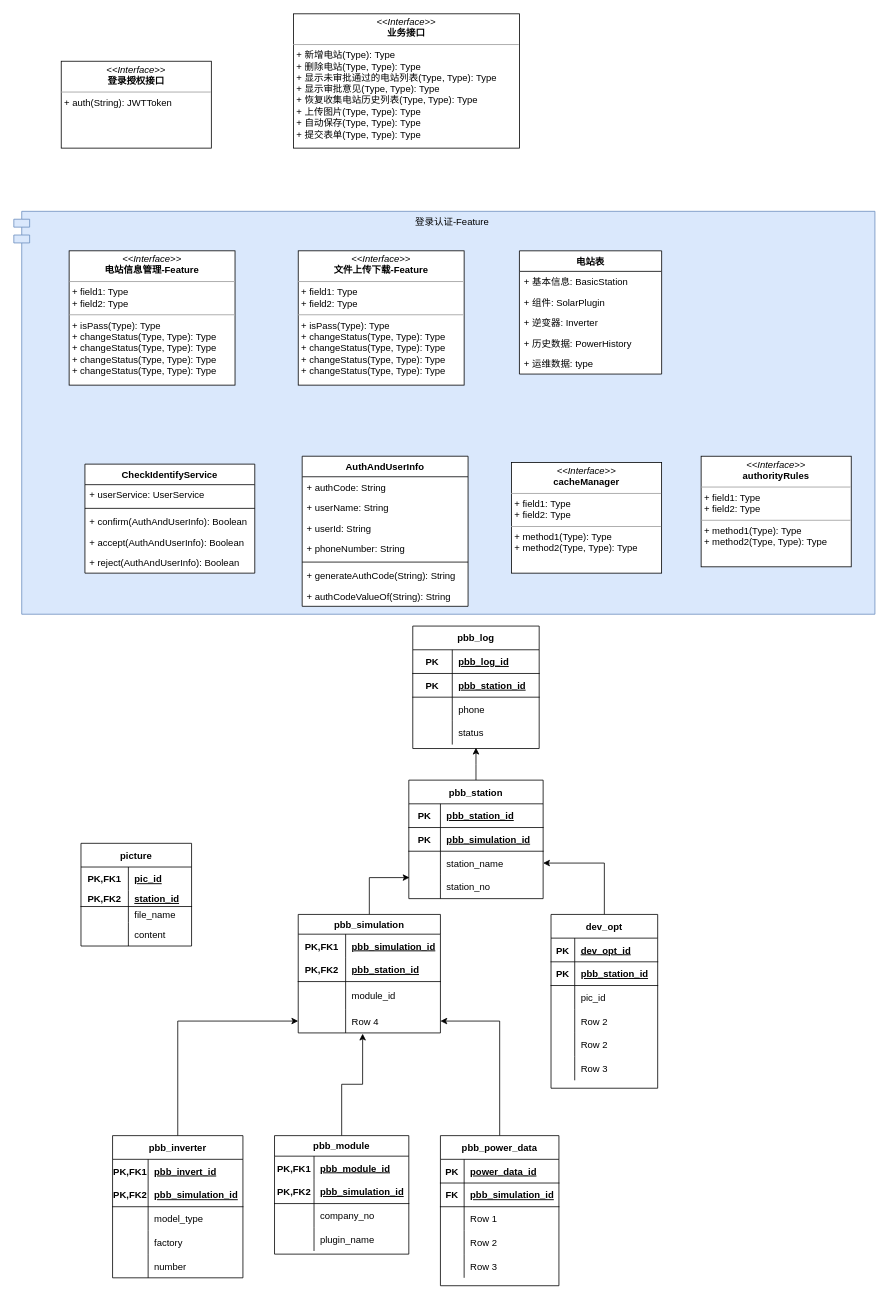
The draw.io diagram page "Page-2" (1 of 3) of package.drawio in gg2herry/drawio, before the edit. Source tidied: cells renumbered, new cells numbered last; positions are measured from the earlier drawing's top-left corner, leaving out a move shared by most shapes. Both pictures are drawn from the tidied source at 79%, with x=0, y=0 at pixel (13, 13).
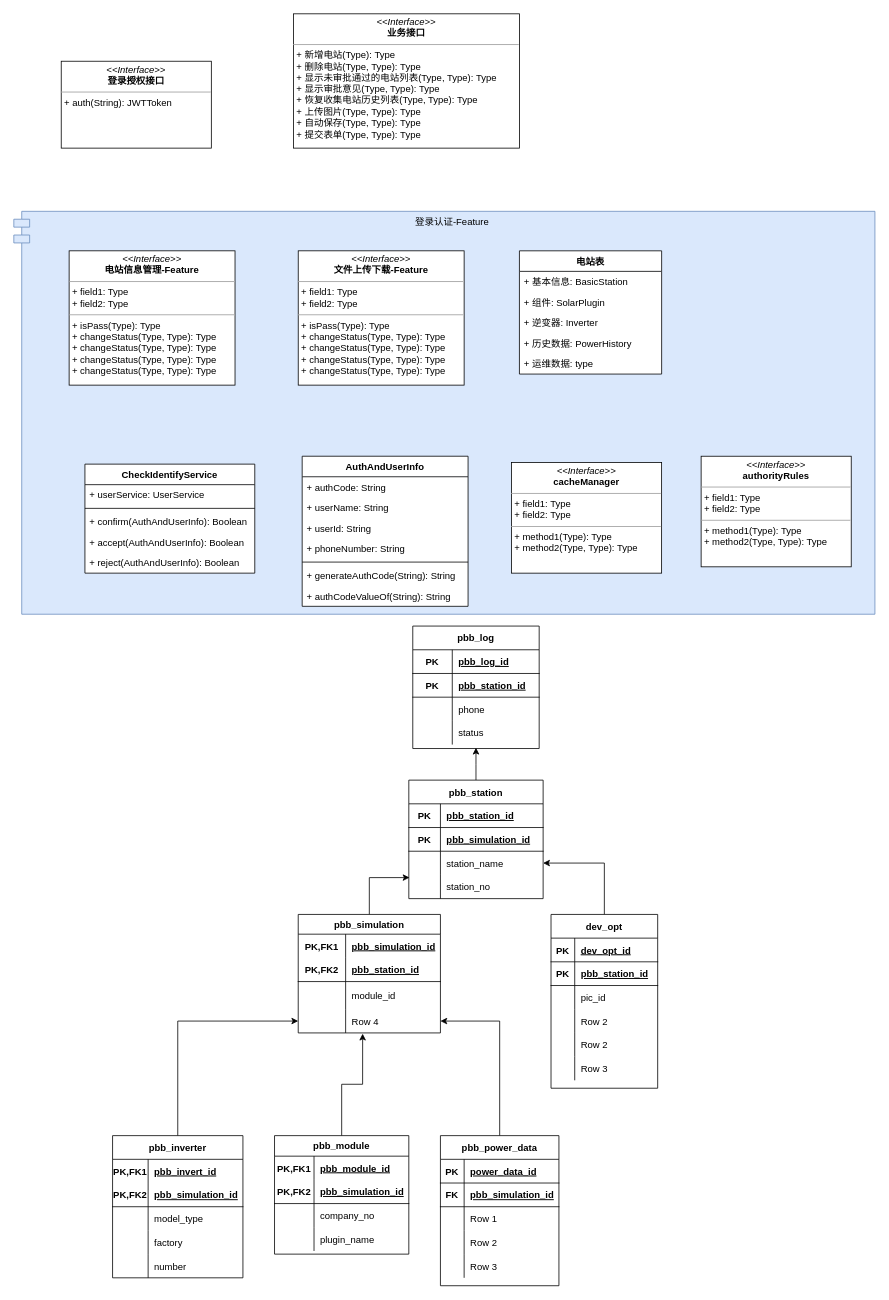
The same page after the edit.

Change to the diagram source:
```diff
@@
-    <mxCell id="84" value="picture" style="shape=table;startSize=30;childLayout=tableLayout;rowLines=0;fontStyle=1;align=center;" parent="1" vertex="1">
-      <mxGeometry x="85" y="1050" width="140" height="130" as="geometry" />
-    </mxCell>
-    <mxCell id="85" style="shape=partialRectangle;fillColor=none;top=0;left=0;bottom=0;right=0;" parent="84" vertex="1">
-      <mxGeometry y="30" width="140" height="30" as="geometry" />
-    </mxCell>
-    <mxCell id="86" value="PK,FK1" style="shape=partialRectangle;fillColor=none;top=0;left=0;bottom=0;right=0;fontStyle=1;overflow=hidden;" parent="85" vertex="1">
-      <mxGeometry width="60" height="30" as="geometry" />
-    </mxCell>
-    <mxCell id="87" value="pic_id" style="shape=partialRectangle;fillColor=none;top=0;left=0;bottom=0;right=0;align=left;spacingLeft=6;fontStyle=5;overflow=hidden;" parent="85" vertex="1">
-      <mxGeometry x="60" width="80" height="30" as="geometry" />
-    </mxCell>
-    <mxCell id="88" style="shape=partialRectangle;fillColor=none;top=0;left=0;bottom=1;right=0;" parent="84" vertex="1">
-      <mxGeometry y="60" width="140" height="20" as="geometry" />
-    </mxCell>
-    <mxCell id="89" value="PK,FK2" style="shape=partialRectangle;fillColor=none;top=0;left=0;bottom=0;right=0;fontStyle=1;overflow=hidden;" parent="88" vertex="1">
-      <mxGeometry width="60" height="20" as="geometry" />
-    </mxCell>
-    <mxCell id="90" value="station_id" style="shape=partialRectangle;fillColor=none;top=0;left=0;bottom=0;right=0;align=left;spacingLeft=6;fontStyle=5;overflow=hidden;" parent="88" vertex="1">
-      <mxGeometry x="60" width="80" height="20" as="geometry" />
-    </mxCell>
-    <mxCell id="91" style="shape=partialRectangle;fillColor=none;top=0;left=0;bottom=0;right=0;" parent="84" vertex="1">
-      <mxGeometry y="80" width="140" height="20" as="geometry" />
-    </mxCell>
-    <mxCell id="92" style="shape=partialRectangle;fillColor=none;top=0;left=0;bottom=0;right=0;overflow=hidden;" parent="91" vertex="1">
-      <mxGeometry width="60" height="20" as="geometry" />
-    </mxCell>
-    <mxCell id="93" value="file_name" style="shape=partialRectangle;fillColor=none;top=0;left=0;bottom=0;right=0;align=left;spacingLeft=6;overflow=hidden;" parent="91" vertex="1">
-      <mxGeometry x="60" width="80" height="20" as="geometry" />
-    </mxCell>
-    <mxCell id="94" style="shape=partialRectangle;fillColor=none;top=0;left=0;bottom=0;right=0;" parent="84" vertex="1">
-      <mxGeometry y="100" width="140" height="30" as="geometry" />
-    </mxCell>
-    <mxCell id="95" style="shape=partialRectangle;fillColor=none;top=0;left=0;bottom=0;right=0;overflow=hidden;" parent="94" vertex="1">
-      <mxGeometry width="60" height="30" as="geometry" />
-    </mxCell>
-    <mxCell id="96" value="content" style="shape=partialRectangle;fillColor=none;top=0;left=0;bottom=0;right=0;align=left;spacingLeft=6;overflow=hidden;" parent="94" vertex="1">
-      <mxGeometry x="60" width="80" height="30" as="geometry" />
-    </mxCell>
```
